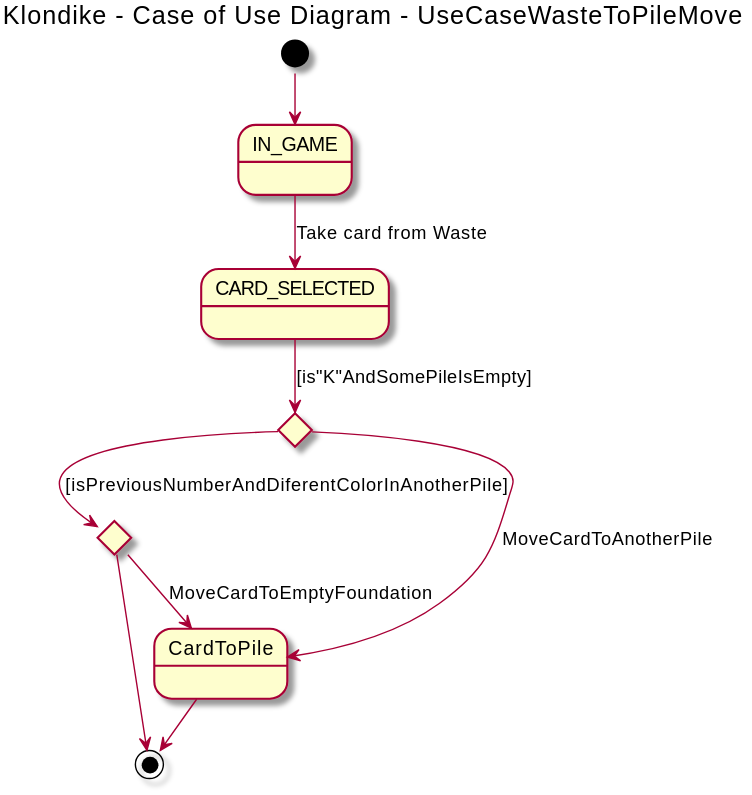
The PlantUML diagram out/2 Modelo de vistas de caso de uso/Diagrama de caso de uso - WasteToStock/UseCaseWasteToPileMove.svg in AngelOS95P/Maestria_IngSoftware_grupo6, before a commit.
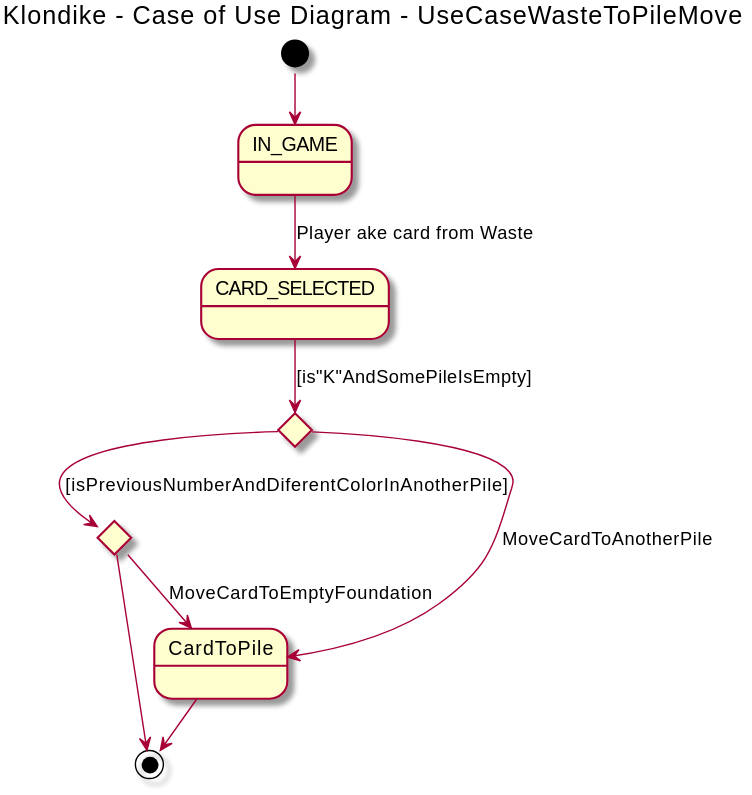
The same file after the commit.

Change to the diagram source:
```diff
@@ -11,7 +11,7 @@
 state CardToPile
 
 [*] --> IN_GAME
-IN_GAME --> CARD_SELECTED: Take card from Waste
+IN_GAME --> CARD_SELECTED: Player ake card from Waste
 CARD_SELECTED --> if: [is"K"AndSomePileIsEmpty]
 if --> if2:[isPreviousNumberAndDiferentColorInAnotherPile]
 if --> CardToPile: MoveCardToAnotherPile
```
